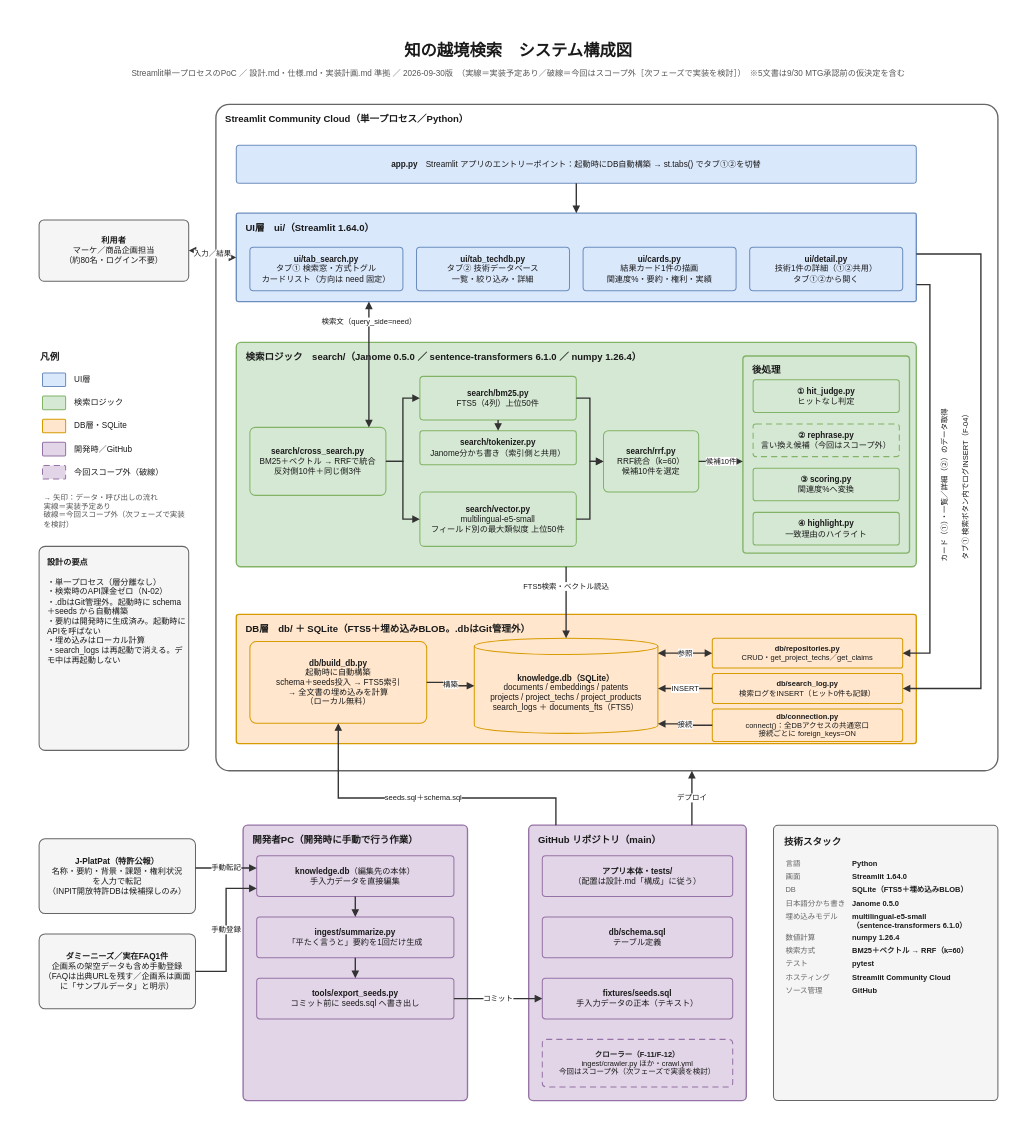
Above: docs/architecture/architecture.drawio in osamu-jake/GoodJoB (draw.io), before the change. Source tidied: cells renumbered, new cells numbered last; positions are measured from the earlier drawing's top-left corner, leaving out a move shared by most shapes. Both pictures are drawn from the tidied source at 68%, with x=0, y=0 at pixel (12, 12).
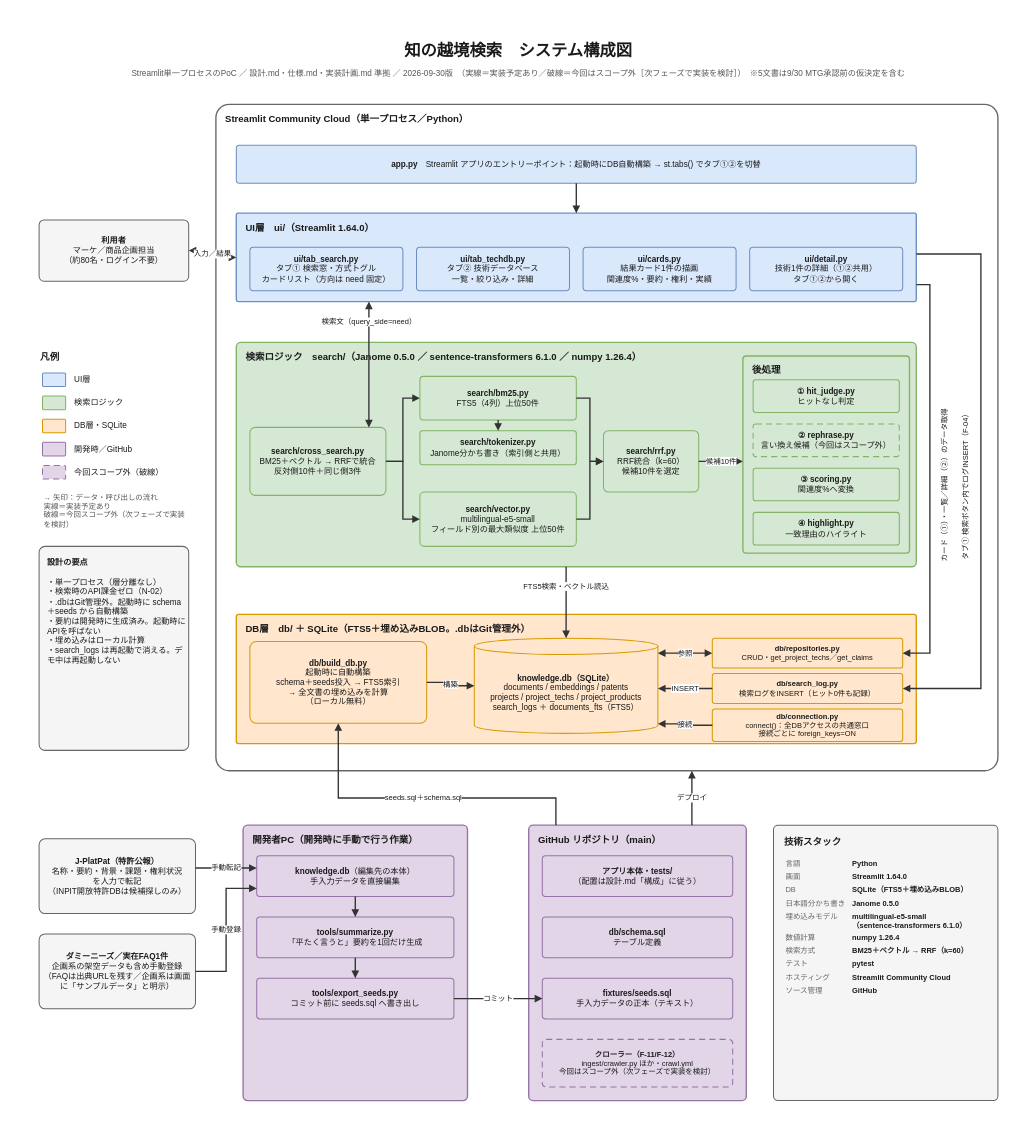
Above is the later version.

Commit message (it also covers changes not shown here):
docs(infra): 構成図の summarize.py の置き場所を tools/ に直す (#88) (#89)

Change to the diagram source:
```diff
@@
-    <mxCell id="34" value="&lt;b&gt;ingest/summarize.py&lt;/b&gt;&lt;br&gt;「平たく言うと」要約を1回だけ生成" style="rounded=1;arcSize=8;whiteSpace=wrap;html=1;fillColor=#E1D5E7;strokeColor=#9673A6;strokeWidth=1.5;fontFamily=Meiryo UI;fontSize=12;fontColor=#1A1A1A;spacing=4;" parent="1" vertex="1">
+    <mxCell id="34" value="&lt;b&gt;tools/summarize.py&lt;/b&gt;&lt;br&gt;「平たく言うと」要約を1回だけ生成" style="rounded=1;arcSize=8;whiteSpace=wrap;html=1;fillColor=#E1D5E7;strokeColor=#9673A6;strokeWidth=1.5;fontFamily=Meiryo UI;fontSize=12;fontColor=#1A1A1A;spacing=4;" parent="1" vertex="1">
       <mxGeometry x="360" y="1331" width="290" height="60" as="geometry" />
     </mxCell>
```
